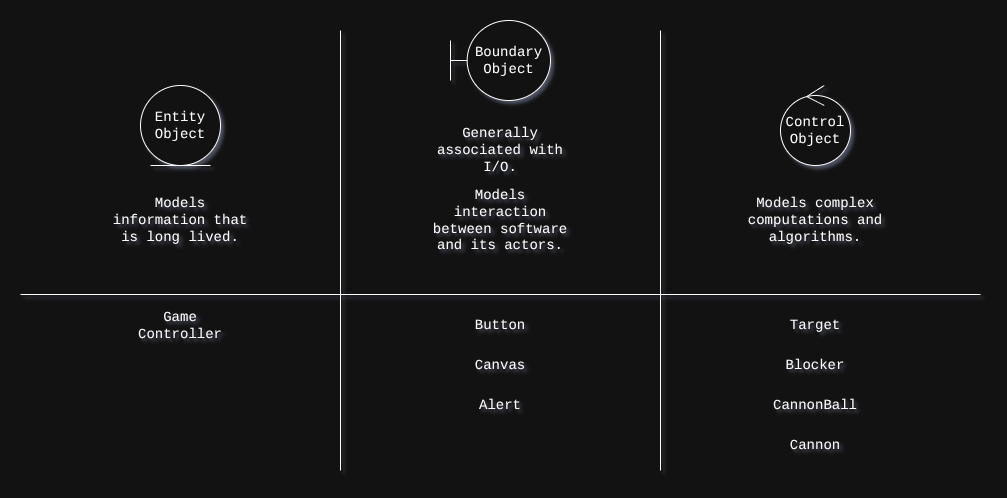
The draw.io diagram docs/UML/Class_Design/UML_stereotypes_entity_boundary_control.png in actellim/cannon_game, before a commit. Source tidied: cells renumbered, new cells last; positions are measured from the earlier drawing's top-left corner, leaving out a move shared by most shapes.
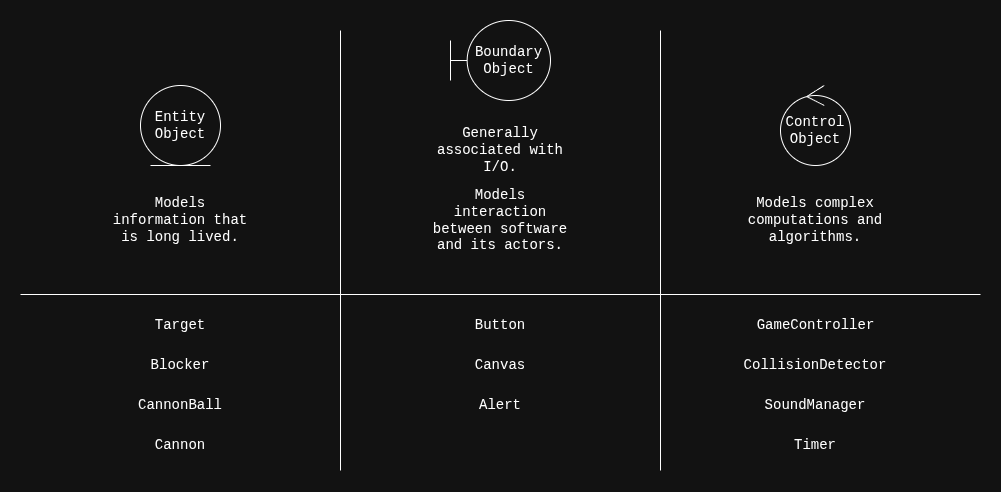
The same file after the commit.

Diff of the diagram source:
```diff
@@ -48,19 +48,28 @@
       <mxGeometry x="450" y="290" width="60" height="30" as="geometry" />
     </mxCell>
     <mxCell id="15" value="Cannon" style="text;html=1;whiteSpace=wrap;strokeColor=none;fillColor=none;align=center;verticalAlign=middle;rounded=0;fontFamily=Courier New;fontSize=14;" parent="1" vertex="1">
-      <mxGeometry x="765" y="410" width="60" height="30" as="geometry" />
+      <mxGeometry x="130" y="410" width="60" height="30" as="geometry" />
     </mxCell>
-    <mxCell id="16" value="Game Controller" style="text;html=1;whiteSpace=wrap;strokeColor=none;fillColor=none;align=center;verticalAlign=middle;rounded=0;fontFamily=Courier New;fontSize=14;" parent="1" vertex="1">
-      <mxGeometry x="110" y="290" width="100" height="30" as="geometry" />
+    <mxCell id="16" value="GameController" style="text;html=1;whiteSpace=wrap;strokeColor=none;fillColor=none;align=center;verticalAlign=middle;rounded=0;fontFamily=Courier New;fontSize=14;" parent="1" vertex="1">
+      <mxGeometry x="722.5" y="290" width="145" height="30" as="geometry" />
     </mxCell>
     <mxCell id="17" value="Target" style="text;html=1;whiteSpace=wrap;strokeColor=none;fillColor=none;align=center;verticalAlign=middle;rounded=0;fontFamily=Courier New;fontSize=14;" parent="1" vertex="1">
-      <mxGeometry x="765" y="290" width="60" height="30" as="geometry" />
+      <mxGeometry x="130" y="290" width="60" height="30" as="geometry" />
     </mxCell>
     <mxCell id="18" value="Blocker" style="text;html=1;whiteSpace=wrap;strokeColor=none;fillColor=none;align=center;verticalAlign=middle;rounded=0;fontFamily=Courier New;fontSize=14;" parent="1" vertex="1">
-      <mxGeometry x="765" y="330" width="60" height="30" as="geometry" />
+      <mxGeometry x="130" y="330" width="60" height="30" as="geometry" />
     </mxCell>
     <mxCell id="19" value="CannonBall" style="text;html=1;whiteSpace=wrap;strokeColor=none;fillColor=none;align=center;verticalAlign=middle;rounded=0;fontFamily=Courier New;fontSize=14;" parent="1" vertex="1">
-      <mxGeometry x="765" y="370" width="60" height="30" as="geometry" />
+      <mxGeometry x="130" y="370" width="60" height="30" as="geometry" />
     </mxCell>
+    <mxCell id="20" value="CollisionDetector" style="text;html=1;whiteSpace=wrap;strokeColor=none;fillColor=none;align=center;verticalAlign=middle;rounded=0;fontFamily=Courier New;fontSize=14;" parent="1" vertex="1">
+      <mxGeometry x="710" y="330" width="170" height="30" as="geometry" />
+    </mxCell>
+    <mxCell id="21" value="SoundManager" style="text;html=1;whiteSpace=wrap;strokeColor=none;fillColor=none;align=center;verticalAlign=middle;rounded=0;fontFamily=Courier New;fontSize=14;" parent="1" vertex="1">
+      <mxGeometry x="735" y="370" width="120" height="30" as="geometry" />
+    </mxCell>
+    <mxCell id="22" value="Timer" style="text;html=1;whiteSpace=wrap;strokeColor=none;fillColor=none;align=center;verticalAlign=middle;rounded=0;fontFamily=Courier New;fontSize=14;" parent="1" vertex="1">
+      <mxGeometry x="745" y="410" width="100" height="30" as="geometry" />
+    </mxCell>
   </root>
 </mxGraphModel>
```
